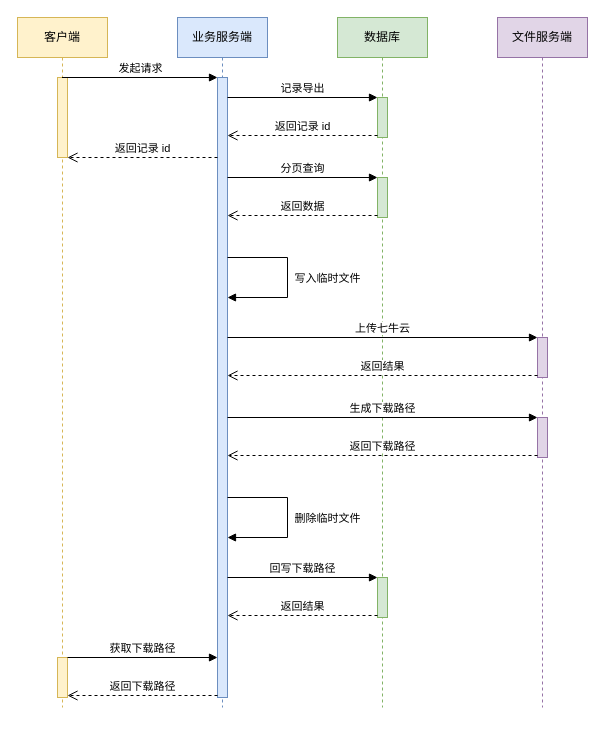
Above: 百万级别的数据导出/百万级别的数据导出.drawio in zero-97/picture-of-the-article (draw.io), before the change. Source tidied: cells renumbered, new cells numbered last; positions are measured from the earlier drawing's top-left corner, leaving out a move shared by most shapes. Both pictures are drawn from the tidied source at 100%, with x=0, y=0 at pixel (17, 17).
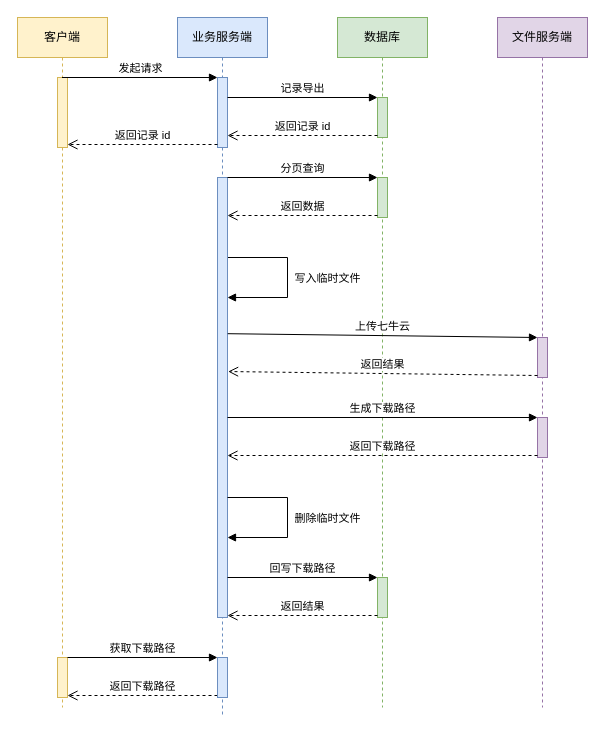
After the change.

Commit message (it also covers changes not shown here):
Update 百万级别的数据导出.drawio

The change refers to these unchanged cells:
```xml
<mxCell id="2" value="客户端" style="shape=umlLifeline;perimeter=lifelinePerimeter;whiteSpace=wrap;html=1;outlineConnect=0;fillColor=#fff2cc;strokeColor=#d6b656;" parent="1" vertex="1">
  <mxGeometry width="90" height="690" as="geometry" />
</mxCell>
<mxCell id="12" style="html=1;points=[];perimeter=orthogonalPerimeter;fillColor=#d5e8d4;strokeColor=#82b366;" parent="10" vertex="1">
  <mxGeometry x="40" y="160" width="10" height="40" as="geometry" />
</mxCell>
<mxCell id="16" style="html=1;points=[];perimeter=orthogonalPerimeter;fillColor=#e1d5e7;strokeColor=#9673a6;" parent="15" vertex="1">
  <mxGeometry x="40" y="320" width="10" height="40" as="geometry" />
</mxCell>
```

What changed in the source:
```diff
@@
     <mxCell id="3" style="html=1;points=[];perimeter=orthogonalPerimeter;fillColor=#fff2cc;strokeColor=#d6b656;" parent="2" vertex="1">
-      <mxGeometry x="40" y="60" width="10" height="80" as="geometry" />
+      <mxGeometry x="40" y="60" width="10" height="70" as="geometry" />
     </mxCell>
@@
     <mxCell id="5" value="业务服务端" style="shape=umlLifeline;perimeter=lifelinePerimeter;whiteSpace=wrap;html=1;fillColor=#dae8fc;strokeColor=#6c8ebf;" parent="1" vertex="1">
-      <mxGeometry x="160" width="90" height="690" as="geometry" />
+      <mxGeometry x="160" width="90" height="700" as="geometry" />
     </mxCell>
     <mxCell id="6" style="html=1;points=[];perimeter=orthogonalPerimeter;fillColor=#dae8fc;strokeColor=#6c8ebf;" parent="5" vertex="1">
-      <mxGeometry x="40" y="60" width="10" height="620" as="geometry" />
+      <mxGeometry x="40" y="60" width="10" height="70" as="geometry" />
     </mxCell>
-    <mxCell id="7" value="写入临时文件" style="html=1;verticalAlign=bottom;endArrow=block;rounded=0;edgeStyle=orthogonalEdgeStyle;" parent="5" edge="1" source="6" target="6">
+    <mxCell id="7" value="写入临时文件" style="html=1;verticalAlign=bottom;endArrow=block;rounded=0;edgeStyle=orthogonalEdgeStyle;" parent="5" edge="1" source="30" target="30">
       <mxGeometry x="0.12" y="40" relative="1" as="geometry">
         <Array as="points">
           <mxPoint x="110" y="240" />
           <mxPoint x="110" y="280" />
         </Array>
       </mxGeometry>
     </mxCell>
@@
+    <mxCell id="30" style="html=1;points=[];perimeter=orthogonalPerimeter;fillColor=#dae8fc;strokeColor=#6c8ebf;" parent="5" vertex="1">
+      <mxGeometry x="40" y="160" width="10" height="440" as="geometry" />
+    </mxCell>
+    <mxCell id="31" style="html=1;perimeter=orthogonalPerimeter;fillColor=#dae8fc;strokeColor=#6c8ebf;" parent="5" vertex="1">
+      <mxGeometry x="40" y="640" width="10" height="40" as="geometry" />
+    </mxCell>
@@
-    <mxCell id="21" value="返回记录 id" style="html=1;verticalAlign=bottom;endArrow=open;dashed=1;endSize=8;rounded=0;" parent="1" edge="1" source="6" target="3">
-      <mxGeometry relative="1" as="geometry" />
+    <mxCell id="21" value="返回记录 id" style="html=1;verticalAlign=bottom;endArrow=open;dashed=1;endSize=8;rounded=0;" parent="1" edge="1">
+      <mxGeometry relative="1" as="geometry">
+        <mxPoint x="200" y="127" as="sourcePoint" />
+        <mxPoint x="50" y="127" as="targetPoint" />
+      </mxGeometry>
     </mxCell>
@@
-    <mxCell id="24" value="分页查询" style="html=1;verticalAlign=bottom;endArrow=block;entryX=0;entryY=0;rounded=0;" parent="1" edge="1" source="6" target="12">
+    <mxCell id="24" value="分页查询" style="html=1;verticalAlign=bottom;endArrow=block;entryX=0;entryY=0;rounded=0;" parent="1" edge="1" source="30" target="12">
       <mxGeometry relative="1" as="geometry" />
     </mxCell>
-    <mxCell id="25" value="返回数据" style="html=1;verticalAlign=bottom;endArrow=open;dashed=1;endSize=8;exitX=0;exitY=0.95;rounded=0;" parent="1" edge="1" source="12" target="6">
+    <mxCell id="25" value="返回数据" style="html=1;verticalAlign=bottom;endArrow=open;dashed=1;endSize=8;exitX=0;exitY=0.95;rounded=0;" parent="1" edge="1" source="12" target="30">
       <mxGeometry relative="1" as="geometry" />
     </mxCell>
-    <mxCell id="26" value="上传七牛云" style="html=1;verticalAlign=bottom;endArrow=block;entryX=0;entryY=0;rounded=0;" parent="1" edge="1" source="6" target="16">
+    <mxCell id="26" value="上传七牛云" style="html=1;verticalAlign=bottom;endArrow=block;entryX=0;entryY=0;rounded=0;exitX=1.022;exitY=0.355;exitDx=0;exitDy=0;exitPerimeter=0;" parent="1" edge="1" source="30" target="16">
       <mxGeometry relative="1" as="geometry" />
     </mxCell>
-    <mxCell id="27" value="返回结果" style="html=1;verticalAlign=bottom;endArrow=open;dashed=1;endSize=8;exitX=0;exitY=0.95;rounded=0;" parent="1" edge="1" source="16" target="6">
+    <mxCell id="27" value="返回结果" style="html=1;verticalAlign=bottom;endArrow=open;dashed=1;endSize=8;exitX=0;exitY=0.95;rounded=0;entryX=1.062;entryY=0.441;entryDx=0;entryDy=0;entryPerimeter=0;" parent="1" edge="1" source="16" target="30">
       <mxGeometry relative="1" as="geometry" />
     </mxCell>
```
